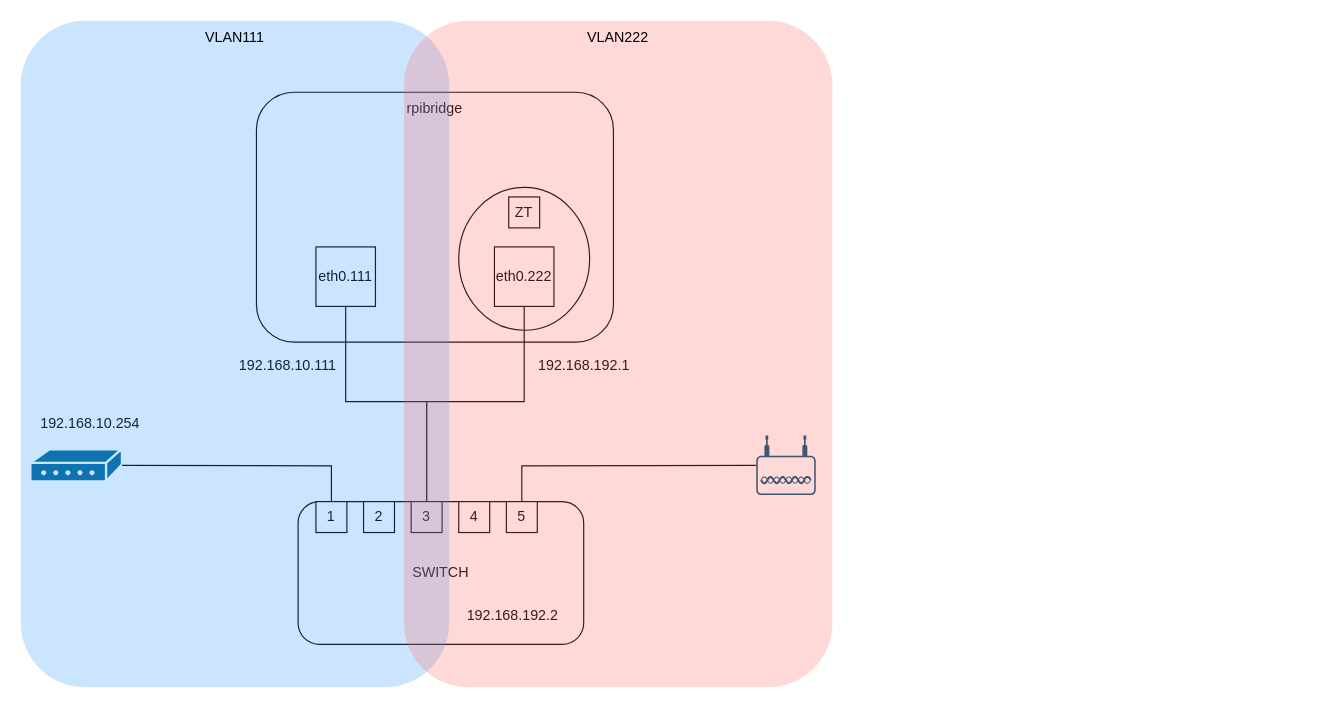
Earlier version of the draw.io diagram rpibridge/smartcottage-network.drawio (psaghelyi/smartcottage). Source tidied: cells renumbered, new cells numbered last; positions are measured from the earlier drawing's top-left corner, leaving out a move shared by most shapes. Both pictures are drawn from the tidied source at 119%, with x=0, y=0 at pixel (20, 20).
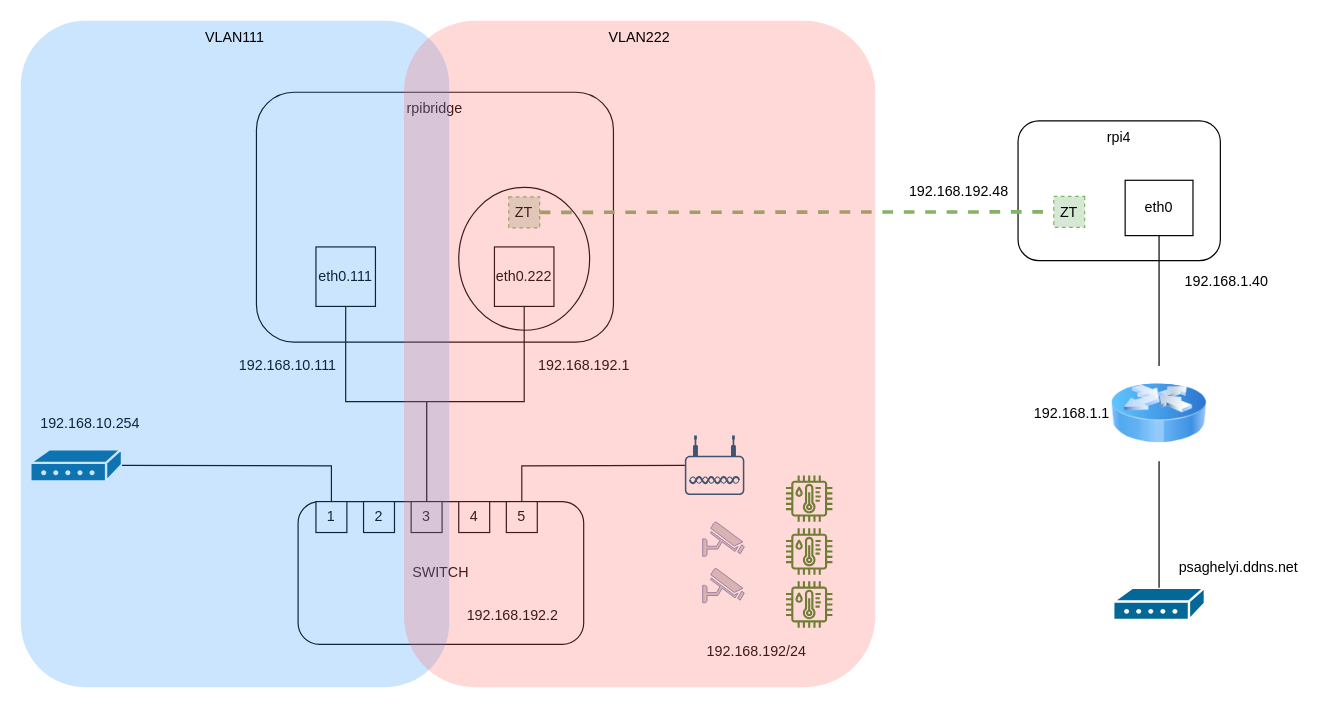
The same diagram, later.

Commit message:
network diagram

The edit, as a diff of the source:
```diff
@@
     <mxCell id="15" style="points=[[0.03,0.36,0],[0.18,0,0],[0.5,0.34,0],[0.82,0,0],[0.97,0.36,0],[1,0.67,0],[0.975,0.975,0],[0.5,1,0],[0.025,0.975,0],[0,0.67,0]];verticalLabelPosition=bottom;sketch=0;html=1;verticalAlign=top;align=center;shape=mxgraph.cisco19.wireless_access_point;fillColor=#005073;strokeColor=none;" parent="1" vertex="1">
-      <mxGeometry x="618" y="348.5" width="50" height="50" as="geometry" />
+      <mxGeometry x="558" y="348.5" width="50" height="50" as="geometry" />
     </mxCell>
@@
-    <mxCell id="20" value="ZT" style="whiteSpace=wrap;html=1;" parent="1" vertex="1">
+    <mxCell id="20" value="ZT" style="whiteSpace=wrap;html=1;dashed=1;fillColor=#d5e8d4;strokeColor=#82b366;" parent="1" vertex="1">
       <mxGeometry x="410" y="148" width="26" height="26" as="geometry" />
     </mxCell>
@@
+    <mxCell id="25" style="shape=mxgraph.cisco.modems_and_phones.modem;html=1;dashed=0;fillColor=#036897;strokeColor=#ffffff;strokeWidth=2;verticalLabelPosition=bottom;verticalAlign=top;align=center;outlineConnect=0;" parent="1" vertex="1">
+      <mxGeometry x="918" y="476.5" width="77" height="27" as="geometry" />
+    </mxCell>
@@
+    <mxCell id="26" value="rpi4" style="rounded=1;whiteSpace=wrap;html=1;verticalAlign=top;" parent="1" vertex="1">
+      <mxGeometry x="838" y="84" width="170" height="117.5" as="geometry" />
+    </mxCell>
+    <mxCell id="27" value="eth0" style="rounded=0;whiteSpace=wrap;html=1;" parent="1" vertex="1">
+      <mxGeometry x="928" y="134" width="57" height="46.5" as="geometry" />
+    </mxCell>
+    <mxCell id="28" value="ZT" style="whiteSpace=wrap;html=1;dashed=1;direction=south;fillColor=#d5e8d4;strokeColor=#82b366;" parent="1" vertex="1">
+      <mxGeometry x="868" y="147.5" width="26" height="26" as="geometry" />
+    </mxCell>
+    <mxCell id="29" style="endArrow=none;html=1;rounded=0;" parent="1" edge="1" source="31" target="27">
+      <mxGeometry relative="1" as="geometry" />
+    </mxCell>
+    <mxCell id="30" style="endArrow=none;html=1;rounded=0;" parent="1" edge="1" source="25" target="31">
+      <mxGeometry relative="1" as="geometry" />
+    </mxCell>
+    <mxCell id="31" style="image;html=1;image=img/lib/clip_art/networking/Router_Icon_128x128.png;dashed=1;" parent="1" vertex="1">
+      <mxGeometry x="916.5" y="290" width="80" height="80" as="geometry" />
+    </mxCell>
+    <mxCell id="32" value="192.168.1.40" style="text;html=1;align=center;verticalAlign=middle;strokeColor=none;fillColor=none;" parent="1" vertex="1">
+      <mxGeometry x="968" y="209" width="90" height="20" as="geometry" />
+    </mxCell>
+    <mxCell id="33" value="192.168.1.1" style="text;html=1;align=center;verticalAlign=middle;strokeColor=none;fillColor=none;" parent="1" vertex="1">
+      <mxGeometry x="842.5" y="320" width="80" height="20" as="geometry" />
+    </mxCell>
+    <mxCell id="34" value="psaghelyi.ddns.net" style="text;html=1;align=center;verticalAlign=middle;strokeColor=none;fillColor=none;" parent="1" vertex="1">
+      <mxGeometry x="963" y="450" width="120" height="20" as="geometry" />
+    </mxCell>
+    <mxCell id="35" style="endArrow=none;html=1;rounded=0;dashed=1;strokeWidth=3;fillColor=#d5e8d4;strokeColor=#82b366;" parent="1" edge="1" source="20" target="28">
+      <mxGeometry relative="1" as="geometry" />
+    </mxCell>
+    <mxCell id="36" style="sketch=0;fontColor=#232F3E;gradientColor=none;fillColor=#3F8624;strokeColor=none;dashed=0;verticalLabelPosition=bottom;verticalAlign=top;align=center;html=1;fontSize=12;fontStyle=0;shape=mxgraph.aws4.iot_thing_temperature_humidity_sensor;" parent="1" vertex="1">
+      <mxGeometry x="643" y="382" width="39" height="39" as="geometry" />
+    </mxCell>
+    <mxCell id="37" style="sketch=0;fontColor=#232F3E;gradientColor=none;fillColor=#3F8624;strokeColor=none;dashed=0;verticalLabelPosition=bottom;verticalAlign=top;align=center;html=1;fontSize=12;fontStyle=0;shape=mxgraph.aws4.iot_thing_temperature_humidity_sensor;" parent="1" vertex="1">
+      <mxGeometry x="643" y="426.5" width="39" height="39" as="geometry" />
+    </mxCell>
+    <mxCell id="38" style="sketch=0;fontColor=#232F3E;gradientColor=none;fillColor=#3F8624;strokeColor=none;dashed=0;verticalLabelPosition=bottom;verticalAlign=top;align=center;html=1;fontSize=12;fontStyle=0;shape=mxgraph.aws4.iot_thing_temperature_humidity_sensor;" parent="1" vertex="1">
+      <mxGeometry x="643" y="471" width="39" height="39" as="geometry" />
+    </mxCell>
+    <mxCell id="39" style="fontColor=#0066CC;verticalAlign=top;verticalLabelPosition=bottom;labelPosition=center;align=center;html=1;fillColor=#CCCCCC;strokeColor=#6881B3;gradientColor=none;gradientDirection=north;strokeWidth=2;shape=mxgraph.networks.security_camera;" parent="1" vertex="1">
+      <mxGeometry x="573" y="421" width="35" height="29" as="geometry" />
+    </mxCell>
+    <mxCell id="40" style="fontColor=#0066CC;verticalAlign=top;verticalLabelPosition=bottom;labelPosition=center;align=center;html=1;fillColor=#CCCCCC;strokeColor=#6881B3;gradientColor=none;gradientDirection=north;strokeWidth=2;shape=mxgraph.networks.security_camera;" parent="1" vertex="1">
+      <mxGeometry x="573" y="460" width="35" height="29" as="geometry" />
+    </mxCell>
+    <mxCell id="41" value="192.168.192/24" style="text;html=1;align=center;verticalAlign=middle;strokeColor=none;fillColor=none;" parent="1" vertex="1">
+      <mxGeometry x="568" y="520" width="100" height="20" as="geometry" />
+    </mxCell>
+    <mxCell id="42" value="192.168.192.48" style="text;html=1;align=center;verticalAlign=middle;strokeColor=none;fillColor=none;" parent="1" vertex="1">
+      <mxGeometry x="738" y="134" width="100" height="20" as="geometry" />
+    </mxCell>
     <mxCell id="24" value="VLAN222" style="rounded=1;whiteSpace=wrap;html=1;dashed=1;strokeColor=none;strokeWidth=3;fillColor=#FF6666;verticalAlign=top;align=center;opacity=25;" parent="1" vertex="1">
-      <mxGeometry x="322" width="360" height="560" as="geometry" />
+      <mxGeometry x="322" width="396" height="560" as="geometry" />
     </mxCell>
```
